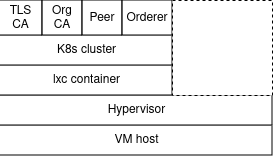
This is docs/stack.png from YasiruR/fabriK, a draw.io export, as it was before one commit. Source tidied: cells renumbered, new cells last; positions are measured from the earlier drawing's top-left corner, leaving out a move shared by most shapes.
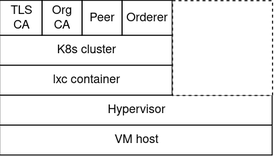
The same file after the commit.

Commit message:
:books: resized stack diagram

Change to the diagram source:
```diff
@@ -2,35 +2,38 @@
   <root>
     <mxCell id="0" />
     <mxCell id="1" parent="0" />
+    <mxCell id="12" style="group;" parent="1" vertex="1">
+      <mxGeometry x="-0.5" width="272.5" height="155" as="geometry" />
+    </mxCell>
-    <mxCell id="2" value="VM host" style="rounded=0;whiteSpace=wrap;html=1;" parent="1" vertex="1">
-      <mxGeometry x="-0.5" y="125" width="272.5" height="30" as="geometry" />
+    <mxCell id="2" value="VM host" style="rounded=0;whiteSpace=wrap;html=1;" parent="12" vertex="1">
+      <mxGeometry y="125" width="272.5" height="30" as="geometry" />
     </mxCell>
-    <mxCell id="3" value="Hypervisor" style="rounded=0;whiteSpace=wrap;html=1;" parent="1" vertex="1">
-      <mxGeometry x="-0.5" y="95" width="272.5" height="30" as="geometry" />
+    <mxCell id="3" value="Hypervisor" style="rounded=0;whiteSpace=wrap;html=1;" parent="12" vertex="1">
+      <mxGeometry y="95" width="272.5" height="30" as="geometry" />
     </mxCell>
-    <mxCell id="4" style="rounded=0;whiteSpace=wrap;html=1;" parent="1" vertex="1">
-      <mxGeometry x="-0.5" y="40" width="172.5" height="55" as="geometry" />
+    <mxCell id="4" style="rounded=0;whiteSpace=wrap;html=1;" parent="12" vertex="1">
+      <mxGeometry y="40" width="172.5" height="55" as="geometry" />
     </mxCell>
-    <mxCell id="5" value="lxc container" style="rounded=0;whiteSpace=wrap;html=1;" parent="1" vertex="1">
-      <mxGeometry x="-0.5" y="65" width="172.5" height="30" as="geometry" />
+    <mxCell id="5" value="lxc container" style="rounded=0;whiteSpace=wrap;html=1;" parent="12" vertex="1">
+      <mxGeometry y="65" width="172.5" height="30" as="geometry" />
     </mxCell>
-    <mxCell id="6" value="K8s cluster" style="rounded=0;whiteSpace=wrap;html=1;" parent="1" vertex="1">
-      <mxGeometry x="-0.5" y="35" width="172.5" height="30" as="geometry" />
+    <mxCell id="6" value="K8s cluster" style="rounded=0;whiteSpace=wrap;html=1;" parent="12" vertex="1">
+      <mxGeometry y="35" width="172.5" height="30" as="geometry" />
     </mxCell>
-    <mxCell id="7" value="TLS CA" style="rounded=0;whiteSpace=wrap;html=1;" parent="1" vertex="1">
-      <mxGeometry x="-0.5" width="42.5" height="35" as="geometry" />
+    <mxCell id="7" value="TLS CA" style="rounded=0;whiteSpace=wrap;html=1;" parent="12" vertex="1">
+      <mxGeometry width="42.5" height="35" as="geometry" />
     </mxCell>
-    <mxCell id="8" value="Org CA" style="rounded=0;whiteSpace=wrap;html=1;" parent="1" vertex="1">
-      <mxGeometry x="42" width="40" height="35" as="geometry" />
+    <mxCell id="8" value="Org CA" style="rounded=0;whiteSpace=wrap;html=1;" parent="12" vertex="1">
+      <mxGeometry x="42.5" width="40" height="35" as="geometry" />
     </mxCell>
-    <mxCell id="9" value="Peer" style="rounded=0;whiteSpace=wrap;html=1;" parent="1" vertex="1">
-      <mxGeometry x="82" width="40" height="35" as="geometry" />
+    <mxCell id="9" value="Peer" style="rounded=0;whiteSpace=wrap;html=1;" parent="12" vertex="1">
+      <mxGeometry x="82.5" width="40" height="35" as="geometry" />
     </mxCell>
-    <mxCell id="10" value="Orderer" style="rounded=0;whiteSpace=wrap;html=1;" parent="1" vertex="1">
-      <mxGeometry x="122" width="50" height="35" as="geometry" />
+    <mxCell id="10" value="Orderer" style="rounded=0;whiteSpace=wrap;html=1;" parent="12" vertex="1">
+      <mxGeometry x="122.5" width="50" height="35" as="geometry" />
     </mxCell>
-    <mxCell id="11" style="rounded=0;whiteSpace=wrap;html=1;dashed=1;" parent="1" vertex="1">
-      <mxGeometry x="172" width="100" height="95" as="geometry" />
+    <mxCell id="11" style="rounded=0;whiteSpace=wrap;html=1;dashed=1;" parent="12" vertex="1">
+      <mxGeometry x="172.5" width="100" height="95" as="geometry" />
     </mxCell>
   </root>
 </mxGraphModel>
```
